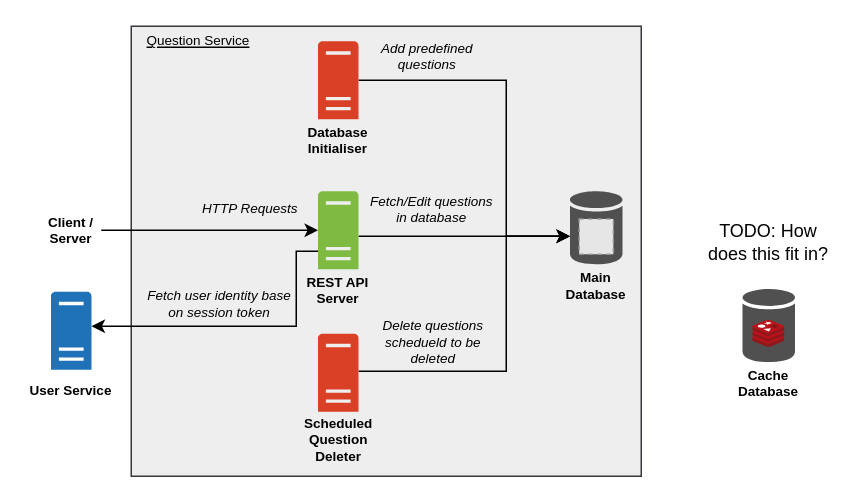
The draw.io diagram images/architecture.drawio in CS3219-AY2324S1-G04/peerprep_question_service, before the edit. Source tidied: cells renumbered, new cells numbered last; positions are measured from the earlier drawing's top-left corner, leaving out a move shared by most shapes. Both pictures are drawn from the tidied source at 150%, with x=0, y=0 at pixel (26, 26). Pictures stored in the file or linked from it are replaced by grey dashed boxes.
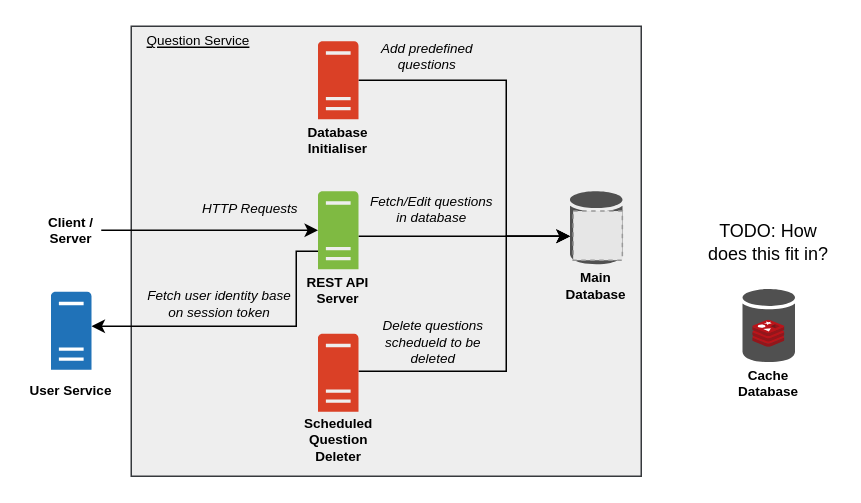
Above is the later version.

Commit message:
Fix incorrect database in architecture diagram

The change refers to these unchanged cells:
```xml
<mxCell id="21" style="group;" parent="20" vertex="1">
  <mxGeometry x="12.5" width="35.4" height="49.5" as="geometry" />
</mxCell>
```

What changed in the source:
```diff
@@
-    <mxCell id="23" style="fillColor=#E6E6E6;strokeColor=#999999;dashed=1;verticalLabelPosition=bottom;labelBackgroundColor=default;verticalAlign=top;" parent="21" vertex="1">
-      <mxGeometry x="6.1" y="18.5" width="22.8" height="23.5" as="geometry" />
-    </mxCell>
+    <mxCell id="38" style="fillColor=#E6E6E6;strokeColor=#999999;dashed=1;verticalLabelPosition=bottom;labelBackgroundColor=default;verticalAlign=top;" parent="21" vertex="1">
+      <mxGeometry x="2.1" y="13.2" width="32.8" height="32.8" as="geometry" />
+    </mxCell>
```
